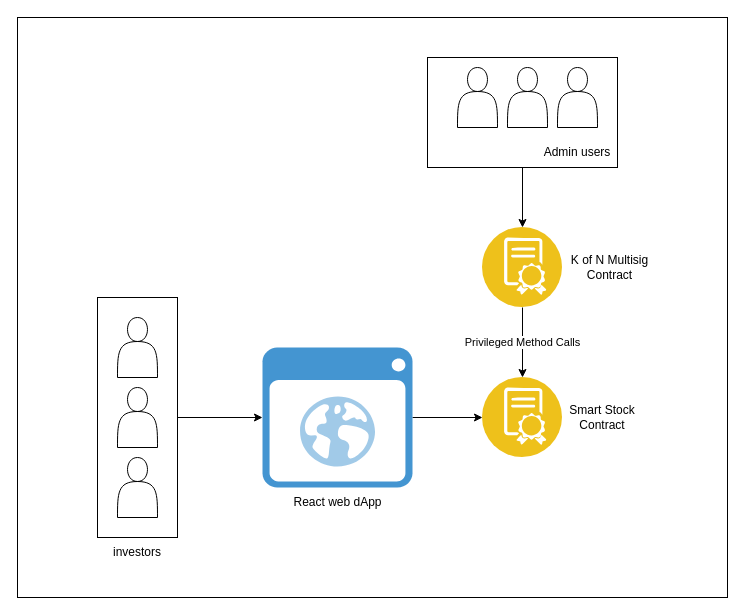
amaharana/near-smart-stock-contract keeps this draw.io diagram as diagrams/Untitled Diagram.drawio. Above is the earlier version. Source tidied: cells renumbered, new cells numbered last; positions are measured from the earlier drawing's top-left corner, leaving out a move shared by most shapes. Both pictures are drawn from the tidied source at 100%, with x=0, y=0 at pixel (17, 17).
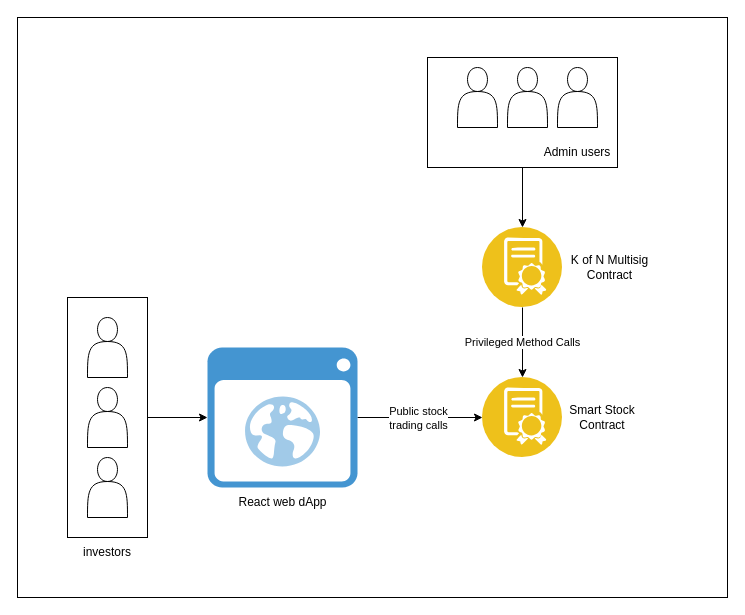
The same page after the edit.

The change refers to these unchanged cells:
```xml
<mxCell id="4" style="edgeStyle=orthogonalEdgeStyle;rounded=0;jettySize=auto;html=1;entryX=0;entryY=0.5;entryDx=0;entryDy=0;" parent="1" edge="1" source="26" target="16">
  <mxGeometry relative="1" as="geometry" />
</mxCell>
```

Change to the diagram source:
```diff
@@
+    <mxCell id="28" value="&lt;div&gt;Public stock &lt;br&gt;&lt;/div&gt;&lt;div&gt;trading calls&lt;/div&gt;" style="edgeLabel;html=1;align=center;verticalAlign=middle;" parent="4" vertex="1">
+      <mxGeometry x="0.14" y="-1" relative="1" as="geometry">
+        <mxPoint x="-11" y="-1" as="offset" />
+      </mxGeometry>
+    </mxCell>
@@
     <mxCell id="18" style="group;" parent="1" vertex="1">
-      <mxGeometry x="80" y="280" width="80" height="270" as="geometry" />
+      <mxGeometry x="50" y="280" width="80" height="270" as="geometry" />
     </mxCell>
@@
     <mxCell id="25" style="group;" parent="1" vertex="1">
-      <mxGeometry x="245" y="330" width="150" height="170" as="geometry" />
+      <mxGeometry x="190" y="330" width="150" height="170" as="geometry" />
     </mxCell>
```
